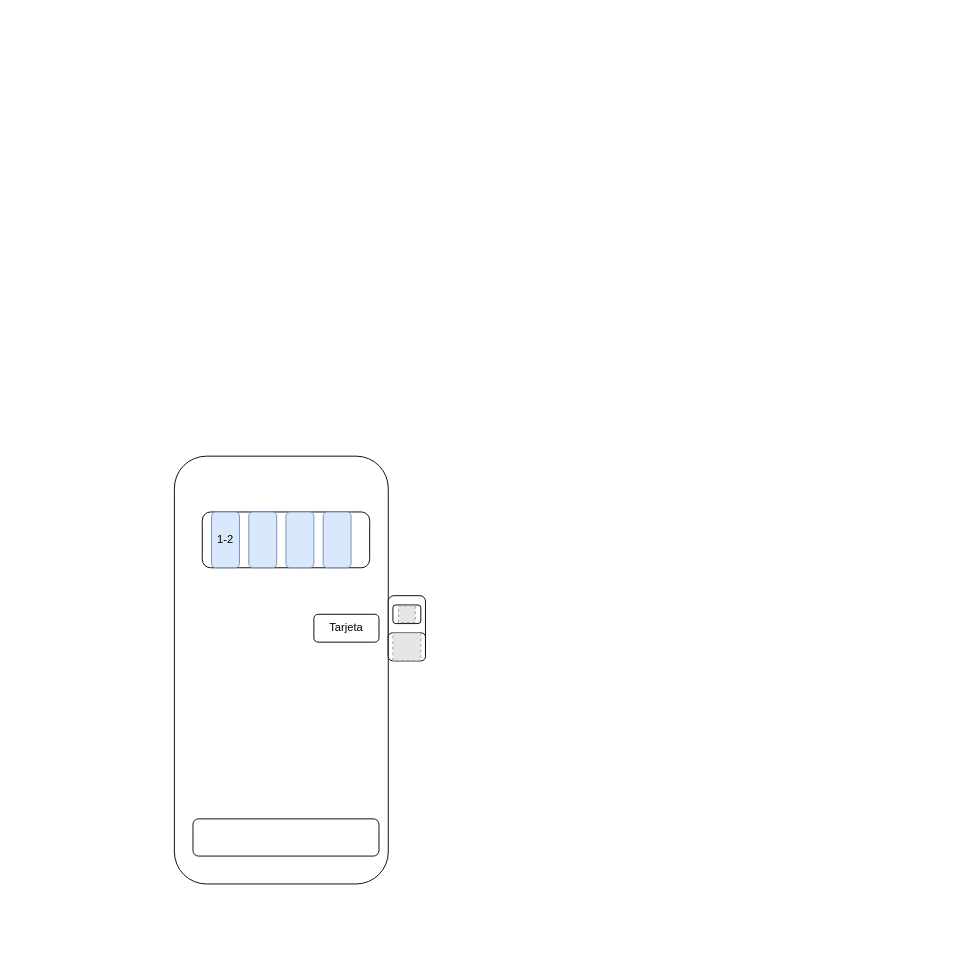
Earlier version of the draw.io diagram page "Poc vending machine" (2 of 2) of Diagrama sin título.drawio (santiagovb/Diagramas). Source tidied: cells renumbered, new cells numbered last; positions are measured from the earlier drawing's top-left corner, leaving out a move shared by most shapes. Both pictures are drawn from the tidied source at 93%, with x=0, y=0 at pixel (174, 456). Pictures stored in the file or linked from it are replaced by grey dashed boxes.
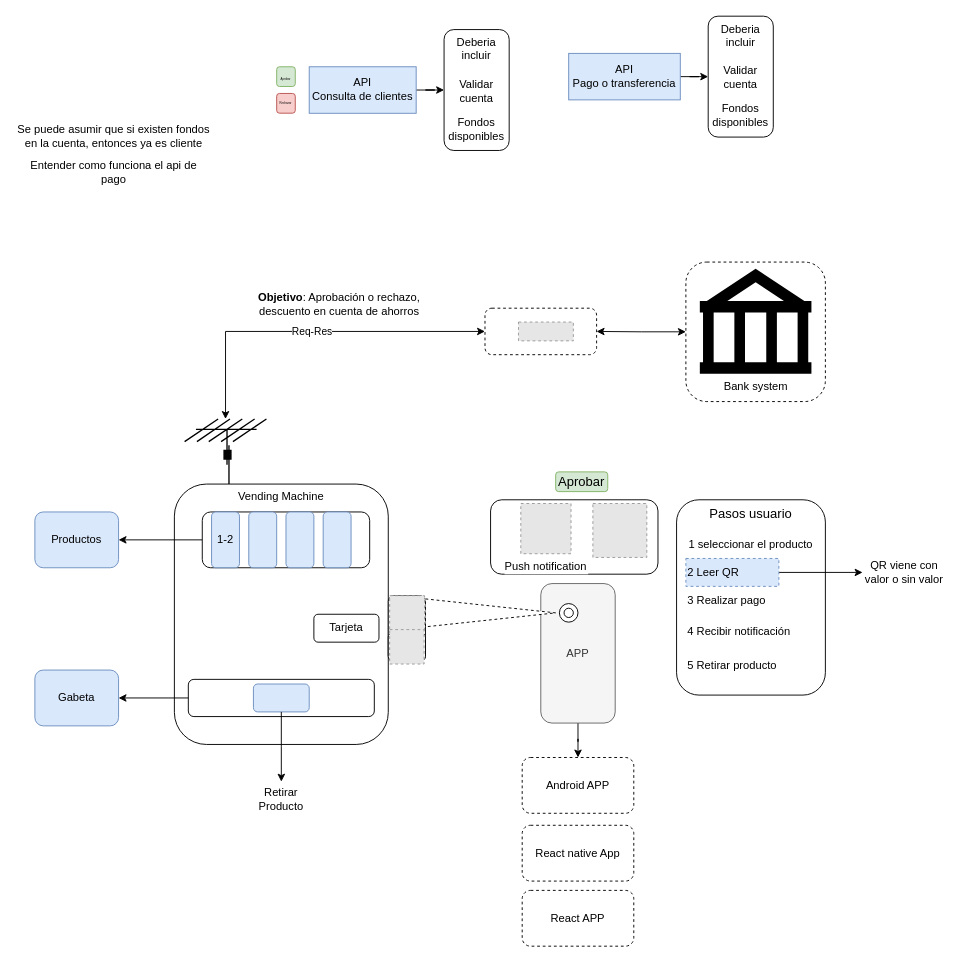
Above is the later version.

Unchanged cells that the change refers to:
```xml
<mxCell id="3" style="rounded=1;whiteSpace=wrap;html=1;" parent="1" vertex="1">
  <mxGeometry x="30" y="60" width="180" height="60" as="geometry" />
</mxCell>
```

Change to the diagram source:
```diff
@@
+    <mxCell id="15" value="Pasos usuario" style="rounded=1;whiteSpace=wrap;html=1;strokeColor=#000000;fontSize=14;verticalAlign=top;" parent="1" vertex="1">
+      <mxGeometry x="540" y="46.9" width="160" height="210" as="geometry" />
+    </mxCell>
+    <mxCell id="16" style="rounded=1;whiteSpace=wrap;html=1;strokeColor=#000000;fontSize=3;" parent="1" vertex="1">
+      <mxGeometry x="340" y="46.9" width="180" height="80" as="geometry" />
+    </mxCell>
+    <mxCell id="17" style="edgeStyle=orthogonalEdgeStyle;rounded=0;jettySize=auto;html=1;entryX=1;entryY=0.5;entryDx=0;entryDy=0;startArrow=classic;startFill=1;" parent="1" edge="1" source="18" target="19">
+      <mxGeometry relative="1" as="geometry" />
+    </mxCell>
+    <mxCell id="18" style="rounded=1;whiteSpace=wrap;html=1;dashed=1;" parent="1" vertex="1">
+      <mxGeometry x="550" y="-208.7" width="150" height="150" as="geometry" />
+    </mxCell>
+    <mxCell id="19" style="rounded=1;whiteSpace=wrap;html=1;dashed=1;" parent="1" vertex="1">
+      <mxGeometry x="334" y="-159.1" width="120" height="50" as="geometry" />
+    </mxCell>
+    <mxCell id="20" value="Deberia incluir" style="rounded=1;whiteSpace=wrap;html=1;verticalAlign=top;" parent="1" vertex="1">
+      <mxGeometry x="290" y="-458.7" width="70" height="130" as="geometry" />
+    </mxCell>
-    <mxCell id="2" style="rounded=1;whiteSpace=wrap;html=1;" parent="1" vertex="1">
-      <mxGeometry width="230" height="460" as="geometry" />
+    <mxCell id="2" value="Vending Machine" style="rounded=1;whiteSpace=wrap;html=1;verticalAlign=top;" parent="1" vertex="1">
+      <mxGeometry y="30" width="230" height="280" as="geometry" />
     </mxCell>
+    <mxCell id="21" style="edgeStyle=orthogonalEdgeStyle;rounded=0;jettySize=auto;html=1;entryX=1;entryY=0.5;entryDx=0;entryDy=0;" parent="1" edge="1" source="3" target="24">
+      <mxGeometry relative="1" as="geometry" />
+    </mxCell>
@@
     <mxCell id="10" style="rounded=1;whiteSpace=wrap;html=1;" parent="1" vertex="1">
-      <mxGeometry x="20" y="390" width="200" height="40" as="geometry" />
+      <mxGeometry x="15" y="240" width="200" height="40" as="geometry" />
     </mxCell>
-    <mxCell id="11" style="rounded=1;whiteSpace=wrap;html=1;" parent="1" vertex="1">
-      <mxGeometry x="235" y="160" width="30" height="20" as="geometry" />
-    </mxCell>
     <mxCell id="12" style="fillColor=#E6E6E6;strokeColor=#999999;dashed=1;html=1;verticalAlign=top;verticalLabelPosition=bottom;labelBackgroundColor=#ffffff;" parent="1" vertex="1">
-      <mxGeometry x="241" y="161" width="18" height="18" as="geometry" />
+      <mxGeometry x="231.5" y="150" width="37.5" height="37.5" as="geometry" />
     </mxCell>
@@
-    <mxCell id="14" style="fillColor=#E6E6E6;strokeColor=#999999;dashed=1;html=1;verticalAlign=top;verticalLabelPosition=bottom;labelBackgroundColor=#ffffff;" parent="1" vertex="1">
-      <mxGeometry x="235" y="190" width="30" height="30" as="geometry" />
-    </mxCell>
+    <mxCell id="22" value="Req-Res" style="edgeStyle=orthogonalEdgeStyle;rounded=0;jettySize=auto;html=1;entryX=0;entryY=0.5;entryDx=0;entryDy=0;startArrow=classic;startFill=1;" parent="1" edge="1" source="23" target="19">
+      <mxGeometry relative="1" as="geometry">
+        <Array as="points">
+          <mxPoint x="55" y="-134.1" />
+        </Array>
+      </mxGeometry>
+    </mxCell>
+    <mxCell id="23" style="shape=mxgraph.cisco.wireless.antenna;html=1;dashed=0;fillColor=#d5e8d4;strokeColor=#000000;strokeWidth=2;verticalLabelPosition=bottom;verticalAlign=top;align=center;outlineConnect=0;" parent="1" vertex="1">
+      <mxGeometry x="11" y="-40" width="88" height="70" as="geometry" />
+    </mxCell>
+    <mxCell id="24" value="Productos" style="rounded=1;whiteSpace=wrap;html=1;fillColor=#dae8fc;strokeColor=#6c8ebf;" parent="1" vertex="1">
+      <mxGeometry x="-150" y="60" width="90" height="60" as="geometry" />
+    </mxCell>
+    <mxCell id="25" value="Bank system" style="shape=mxgraph.signs.travel.bank;html=1;fillColor=#000000;strokeColor=none;verticalLabelPosition=bottom;verticalAlign=top;align=center;" parent="1" vertex="1">
+      <mxGeometry x="565" y="-201.5" width="120" height="112.8" as="geometry" />
+    </mxCell>
+    <mxCell id="26" value="Fondos disponibles" style="text;html=1;strokeColor=none;fillColor=none;align=center;verticalAlign=middle;whiteSpace=wrap;rounded=0;" parent="1" vertex="1">
+      <mxGeometry x="295" y="-367.5" width="60" height="30" as="geometry" />
+    </mxCell>
+    <mxCell id="27" value="&lt;b&gt;Objetivo&lt;/b&gt;: Aprobación o rechazo,&lt;br&gt;descuento en cuenta de ahorros" style="text;html=1;strokeColor=none;fillColor=none;align=center;verticalAlign=middle;whiteSpace=wrap;rounded=0;" parent="1" vertex="1">
+      <mxGeometry x="70" y="-181.2" width="215" height="37" as="geometry" />
+    </mxCell>
+    <mxCell id="28" value="Validar cuenta" style="text;html=1;strokeColor=none;fillColor=none;align=center;verticalAlign=middle;whiteSpace=wrap;rounded=0;" parent="1" vertex="1">
+      <mxGeometry x="295" y="-407.5" width="60" height="30" as="geometry" />
+    </mxCell>
+    <mxCell id="29" style="edgeStyle=orthogonalEdgeStyle;rounded=0;jettySize=auto;html=1;entryX=0;entryY=0.5;entryDx=0;entryDy=0;" parent="1" edge="1" source="30" target="20">
+      <mxGeometry relative="1" as="geometry" />
+    </mxCell>
+    <mxCell id="30" value="API&lt;br&gt;Consulta de clientes" style="text;html=1;align=center;verticalAlign=middle;whiteSpace=wrap;rounded=0;fillColor=#dae8fc;strokeColor=#6c8ebf;" parent="1" vertex="1">
+      <mxGeometry x="145" y="-418.7" width="115" height="50" as="geometry" />
+    </mxCell>
+    <mxCell id="31" value="Deberia incluir" style="rounded=1;whiteSpace=wrap;html=1;verticalAlign=top;" parent="1" vertex="1">
+      <mxGeometry x="574" y="-473.1" width="70" height="130" as="geometry" />
+    </mxCell>
+    <mxCell id="32" value="Fondos disponibles" style="text;html=1;strokeColor=none;fillColor=none;align=center;verticalAlign=middle;whiteSpace=wrap;rounded=0;" parent="1" vertex="1">
+      <mxGeometry x="579" y="-381.9" width="60" height="30" as="geometry" />
+    </mxCell>
+    <mxCell id="33" value="Validar cuenta" style="text;html=1;strokeColor=none;fillColor=none;align=center;verticalAlign=middle;whiteSpace=wrap;rounded=0;" parent="1" vertex="1">
+      <mxGeometry x="579" y="-421.9" width="60" height="30" as="geometry" />
+    </mxCell>
+    <mxCell id="34" style="edgeStyle=orthogonalEdgeStyle;rounded=0;jettySize=auto;html=1;entryX=0;entryY=0.5;entryDx=0;entryDy=0;" parent="1" edge="1" source="35" target="31">
+      <mxGeometry relative="1" as="geometry" />
+    </mxCell>
+    <mxCell id="35" value="API&lt;br&gt;Pago o transferencia" style="text;html=1;align=center;verticalAlign=middle;whiteSpace=wrap;rounded=0;fillColor=#dae8fc;strokeColor=#6c8ebf;" parent="1" vertex="1">
+      <mxGeometry x="424" y="-433.1" width="120" height="50" as="geometry" />
+    </mxCell>
+    <mxCell id="36" value="&lt;font style=&quot;font-size: 3px;&quot;&gt;Aprobar&lt;/font&gt;" style="rounded=1;whiteSpace=wrap;html=1;fillColor=#d5e8d4;strokeColor=#82b366;verticalAlign=middle;" parent="1" vertex="1">
+      <mxGeometry x="110" y="-418.7" width="20" height="21.2" as="geometry" />
+    </mxCell>
+    <mxCell id="37" value="Rechazar" style="rounded=1;whiteSpace=wrap;html=1;fillColor=#f8cecc;strokeColor=#b85450;fontSize=3;" parent="1" vertex="1">
+      <mxGeometry x="110" y="-390" width="20" height="21.2" as="geometry" />
+    </mxCell>
+    <mxCell id="38" value="Se puede asumir que si existen fondos en la cuenta, entonces ya es cliente" style="text;html=1;strokeColor=none;fillColor=none;align=center;verticalAlign=middle;whiteSpace=wrap;rounded=0;" parent="1" vertex="1">
+      <mxGeometry x="-170" y="-358.7" width="210" height="30" as="geometry" />
+    </mxCell>
+    <mxCell id="39" value="Entender como funciona el api de pago" style="text;html=1;strokeColor=none;fillColor=none;align=center;verticalAlign=middle;whiteSpace=wrap;rounded=0;" parent="1" vertex="1">
+      <mxGeometry x="-170" y="-320" width="210" height="30" as="geometry" />
+    </mxCell>
+    <mxCell id="40" style="edgeStyle=orthogonalEdgeStyle;rounded=0;jettySize=auto;html=1;entryX=0.5;entryY=0;entryDx=0;entryDy=0;startArrow=none;startFill=0;" parent="1" edge="1" source="41" target="57">
+      <mxGeometry relative="1" as="geometry" />
+    </mxCell>
+    <mxCell id="41" value="APP" style="rounded=1;whiteSpace=wrap;html=1;fillColor=#f5f5f5;fontColor=#333333;strokeColor=#666666;" parent="1" vertex="1">
+      <mxGeometry x="394" y="137" width="80" height="150" as="geometry" />
+    </mxCell>
+    <mxCell id="42" style="triangle;whiteSpace=wrap;html=1;dashed=1;" parent="1" vertex="1">
+      <mxGeometry x="270" y="153.5" width="140" height="30" as="geometry" />
+    </mxCell>
+    <mxCell id="43" style="fillColor=#E6E6E6;strokeColor=#999999;dashed=1;html=1;verticalAlign=top;verticalLabelPosition=bottom;labelBackgroundColor=#ffffff;" parent="1" vertex="1">
+      <mxGeometry x="231.5" y="186.5" width="37" height="37" as="geometry" />
+    </mxCell>
+    <mxCell id="44" style="ellipse;whiteSpace=wrap;html=1;" parent="1" vertex="1">
+      <mxGeometry x="414" y="158.5" width="20" height="20" as="geometry" />
+    </mxCell>
+    <mxCell id="45" style="ellipse;whiteSpace=wrap;html=1;" parent="1" vertex="1">
+      <mxGeometry x="419" y="163.5" width="10" height="10" as="geometry" />
+    </mxCell>
+    <mxCell id="46" value="1 seleccionar el producto" style="text;html=1;strokeColor=none;fillColor=none;align=center;verticalAlign=middle;whiteSpace=wrap;rounded=0;dashed=1;" parent="1" vertex="1">
+      <mxGeometry x="550" y="80" width="140" height="30" as="geometry" />
+    </mxCell>
+    <mxCell id="47" style="edgeStyle=orthogonalEdgeStyle;rounded=0;jettySize=auto;html=1;" parent="1" edge="1" source="48" target="51">
+      <mxGeometry relative="1" as="geometry" />
+    </mxCell>
+    <mxCell id="48" value="2 Leer QR" style="text;html=1;strokeColor=#6c8ebf;fillColor=#dae8fc;align=left;verticalAlign=middle;whiteSpace=wrap;rounded=0;dashed=1;" parent="1" vertex="1">
+      <mxGeometry x="550" y="110" width="100" height="30" as="geometry" />
+    </mxCell>
+    <mxCell id="49" value="3 Realizar pago" style="text;html=1;strokeColor=none;fillColor=none;align=left;verticalAlign=middle;whiteSpace=wrap;rounded=0;dashed=1;" parent="1" vertex="1">
+      <mxGeometry x="550" y="140" width="140" height="30" as="geometry" />
+    </mxCell>
+    <mxCell id="50" value="5 Retirar producto" style="text;html=1;strokeColor=none;fillColor=none;align=center;verticalAlign=middle;whiteSpace=wrap;rounded=0;dashed=1;" parent="1" vertex="1">
+      <mxGeometry x="550" y="210" width="100" height="30" as="geometry" />
+    </mxCell>
+    <mxCell id="51" value="QR viene con valor o sin valor" style="text;html=1;strokeColor=none;fillColor=none;align=center;verticalAlign=middle;whiteSpace=wrap;rounded=0;dashed=1;" parent="1" vertex="1">
+      <mxGeometry x="740" y="110" width="90" height="30" as="geometry" />
+    </mxCell>
+    <mxCell id="52" style="edgeStyle=orthogonalEdgeStyle;rounded=0;jettySize=auto;html=1;entryX=1;entryY=0.5;entryDx=0;entryDy=0;fontSize=14;startArrow=none;startFill=0;exitX=0;exitY=0.5;exitDx=0;exitDy=0;" parent="1" edge="1" source="10" target="64">
+      <mxGeometry relative="1" as="geometry" />
+    </mxCell>
+    <mxCell id="53" style="rounded=1;whiteSpace=wrap;html=1;fillColor=#dae8fc;strokeColor=#6c8ebf;" parent="1" vertex="1">
+      <mxGeometry x="85" y="245" width="60" height="30" as="geometry" />
+    </mxCell>
+    <mxCell id="54" style="edgeStyle=orthogonalEdgeStyle;rounded=0;jettySize=auto;html=1;exitX=0.5;exitY=1;exitDx=0;exitDy=0;" parent="1" edge="1" source="53">
+      <mxGeometry relative="1" as="geometry">
+        <mxPoint x="115" y="350" as="targetPoint" />
+      </mxGeometry>
+    </mxCell>
+    <mxCell id="55" value="Retirar Producto" style="text;html=1;strokeColor=none;fillColor=none;align=center;verticalAlign=middle;whiteSpace=wrap;rounded=0;dashed=1;" parent="1" vertex="1">
+      <mxGeometry x="85" y="354" width="60" height="30" as="geometry" />
+    </mxCell>
+    <mxCell id="56" style="fillColor=#E6E6E6;strokeColor=#999999;dashed=1;verticalLabelPosition=bottom;labelBackgroundColor=default;verticalAlign=top;" parent="1" vertex="1">
+      <mxGeometry x="370" y="-144.2" width="59" height="20.2" as="geometry" />
+    </mxCell>
+    <mxCell id="57" value="Android APP" style="rounded=1;whiteSpace=wrap;html=1;dashed=1;strokeColor=#000000;" parent="1" vertex="1">
+      <mxGeometry x="374" y="324" width="120" height="60" as="geometry" />
+    </mxCell>
+    <mxCell id="58" value="React native App" style="rounded=1;whiteSpace=wrap;html=1;dashed=1;strokeColor=#000000;" parent="1" vertex="1">
+      <mxGeometry x="374" y="396.9" width="120" height="60" as="geometry" />
+    </mxCell>
+    <mxCell id="59" value="React APP" style="rounded=1;whiteSpace=wrap;html=1;dashed=1;strokeColor=#000000;" parent="1" vertex="1">
+      <mxGeometry x="374" y="466.9" width="120" height="60" as="geometry" />
+    </mxCell>
+    <mxCell id="60" value="&lt;font style=&quot;font-size: 14px;&quot;&gt;Aprobar&lt;/font&gt;" style="rounded=1;whiteSpace=wrap;html=1;fillColor=#d5e8d4;strokeColor=#82b366;verticalAlign=middle;horizontal=1;fontSize=14;" parent="1" vertex="1">
+      <mxGeometry x="410" y="16.9" width="56" height="21.2" as="geometry" />
+    </mxCell>
+    <mxCell id="61" value="4 Recibir notificación" style="text;html=1;strokeColor=none;fillColor=none;align=left;verticalAlign=middle;whiteSpace=wrap;rounded=0;dashed=1;" parent="1" vertex="1">
+      <mxGeometry x="550" y="173.5" width="130" height="30" as="geometry" />
+    </mxCell>
+    <mxCell id="62" style="fillColor=#E6E6E6;strokeColor=#999999;dashed=1;verticalLabelPosition=bottom;labelBackgroundColor=default;verticalAlign=top;" parent="1" vertex="1">
+      <mxGeometry x="450" y="50.9" width="58" height="58" as="geometry" />
+    </mxCell>
+    <mxCell id="63" value="Push notification" style="fillColor=#E6E6E6;strokeColor=#999999;dashed=1;verticalLabelPosition=bottom;labelBackgroundColor=default;verticalAlign=top;" parent="1" vertex="1">
+      <mxGeometry x="372.5" y="50.9" width="54" height="54" as="geometry" />
+    </mxCell>
+    <mxCell id="64" value="Gabeta" style="rounded=1;whiteSpace=wrap;html=1;fillColor=#dae8fc;strokeColor=#6c8ebf;" parent="1" vertex="1">
+      <mxGeometry x="-150" y="230" width="90" height="60" as="geometry" />
+    </mxCell>
```
